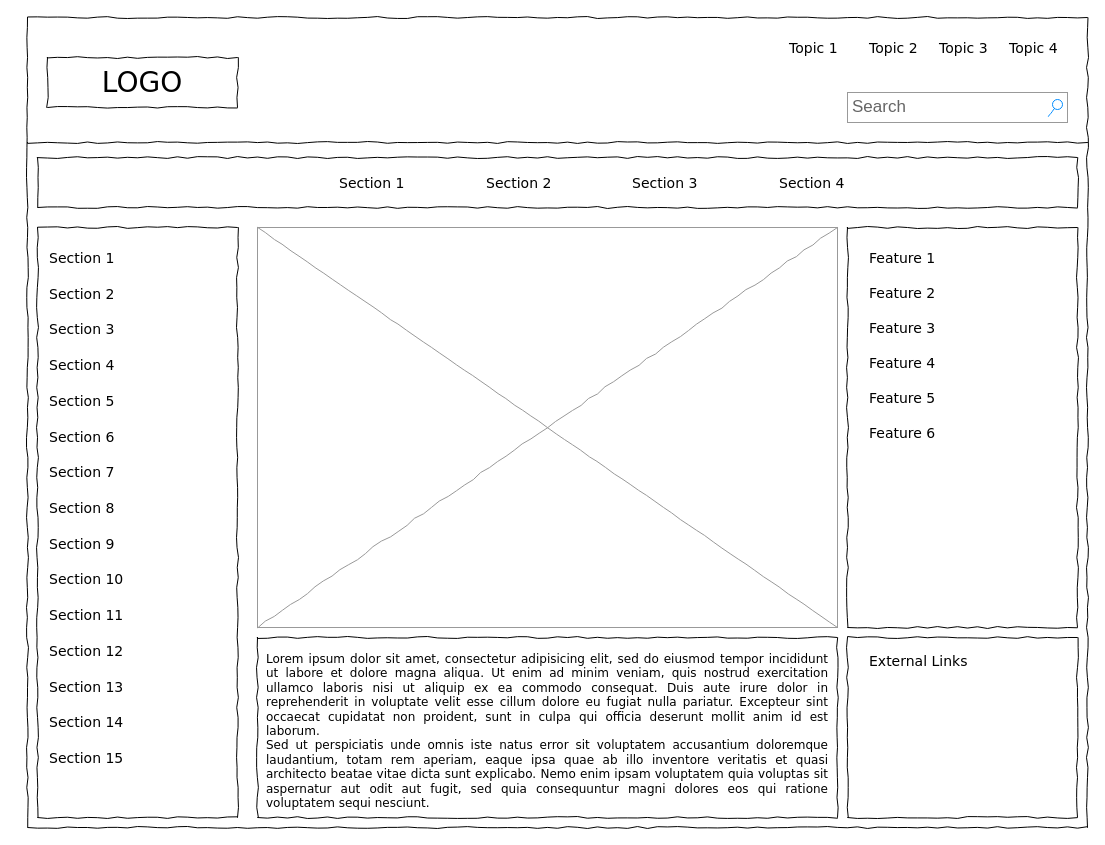
Above: DangNhap.drawio in NhomNhem/heartbeat.github.io (draw.io), before the change. Source tidied: cells renumbered, new cells numbered last; positions are measured from the earlier drawing's top-left corner, leaving out a move shared by most shapes. Both pictures are drawn from the tidied source at 100%, with x=0, y=0 at pixel (27, 17).
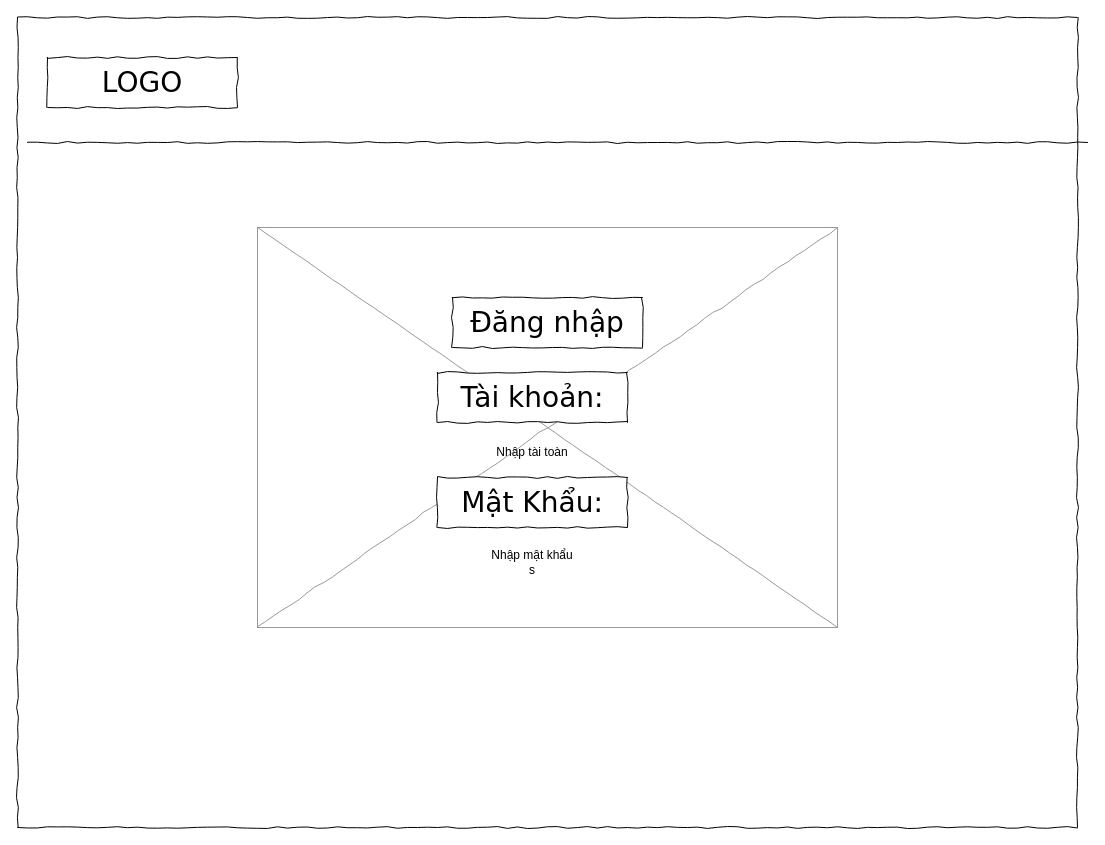
The same page after the edit.

What changed in the source:
```diff
@@
     <mxCell id="2" style="whiteSpace=wrap;html=1;rounded=0;shadow=0;labelBackgroundColor=none;strokeColor=#000000;strokeWidth=1;fillColor=none;fontFamily=Verdana;fontSize=12;fontColor=#000000;align=center;comic=1;" parent="1" vertex="1">
-      <mxGeometry width="1060" height="810" as="geometry" />
+      <mxGeometry x="-10" width="1060" height="810" as="geometry" />
     </mxCell>
@@
-    <mxCell id="4" value="Search" style="strokeWidth=1;shadow=0;dashed=0;align=center;html=1;shape=mxgraph.mockup.forms.searchBox;strokeColor=#999999;mainText=;strokeColor2=#008cff;fontColor=#666666;fontSize=17;align=left;spacingLeft=3;rounded=0;labelBackgroundColor=none;comic=1;" parent="1" vertex="1">
-      <mxGeometry x="820" y="75" width="220" height="30" as="geometry" />
-    </mxCell>
-    <mxCell id="5" value="Topic 1" style="text;html=1;align=left;verticalAlign=top;spacingTop=-4;fontSize=14;fontFamily=Verdana;" parent="1" vertex="1">
-      <mxGeometry x="760" y="20" width="60" height="20" as="geometry" />
-    </mxCell>
-    <mxCell id="6" value="Topic 2" style="text;html=1;align=left;verticalAlign=top;spacingTop=-4;fontSize=14;fontFamily=Verdana;" parent="1" vertex="1">
-      <mxGeometry x="840" y="20" width="60" height="20" as="geometry" />
-    </mxCell>
-    <mxCell id="7" value="Topic 3" style="text;html=1;align=left;verticalAlign=top;spacingTop=-4;fontSize=14;fontFamily=Verdana;" parent="1" vertex="1">
-      <mxGeometry x="910" y="20" width="60" height="20" as="geometry" />
-    </mxCell>
-    <mxCell id="8" value="Topic 4" style="text;html=1;align=left;verticalAlign=top;spacingTop=-4;fontSize=14;fontFamily=Verdana;" parent="1" vertex="1">
-      <mxGeometry x="980" y="20" width="60" height="20" as="geometry" />
-    </mxCell>
-    <mxCell id="9" style="whiteSpace=wrap;html=1;rounded=0;shadow=0;labelBackgroundColor=none;strokeWidth=1;fillColor=none;fontFamily=Verdana;fontSize=12;align=center;comic=1;" parent="1" vertex="1">
-      <mxGeometry x="10" y="210" width="200" height="590" as="geometry" />
-    </mxCell>
@@
-    <mxCell id="11" style="whiteSpace=wrap;html=1;rounded=0;shadow=0;labelBackgroundColor=none;strokeWidth=1;fillColor=none;fontFamily=Verdana;fontSize=12;align=center;comic=1;" parent="1" vertex="1">
-      <mxGeometry x="10" y="140" width="1040" height="50" as="geometry" />
-    </mxCell>
-    <mxCell id="12" value="Section 1" style="text;html=1;align=left;verticalAlign=top;spacingTop=-4;fontSize=14;fontFamily=Verdana;" parent="1" vertex="1">
-      <mxGeometry x="310" y="155" width="60" height="20" as="geometry" />
-    </mxCell>
-    <mxCell id="13" value="Section 2" style="text;html=1;align=left;verticalAlign=top;spacingTop=-4;fontSize=14;fontFamily=Verdana;" parent="1" vertex="1">
-      <mxGeometry x="457" y="155" width="60" height="20" as="geometry" />
-    </mxCell>
-    <mxCell id="14" value="Section 3" style="text;html=1;align=left;verticalAlign=top;spacingTop=-4;fontSize=14;fontFamily=Verdana;" parent="1" vertex="1">
-      <mxGeometry x="603" y="155" width="60" height="20" as="geometry" />
-    </mxCell>
-    <mxCell id="15" value="Section 4" style="text;html=1;align=left;verticalAlign=top;spacingTop=-4;fontSize=14;fontFamily=Verdana;" parent="1" vertex="1">
-      <mxGeometry x="750" y="155" width="60" height="20" as="geometry" />
-    </mxCell>
-    <mxCell id="16" value="&lt;div style=&quot;text-align: justify&quot;&gt;&lt;span&gt;Lorem ipsum dolor sit amet, consectetur adipisicing elit, sed do eiusmod tempor incididunt ut labore et dolore magna aliqua. Ut enim ad minim veniam, quis nostrud exercitation ullamco laboris nisi ut aliquip ex ea commodo consequat. Duis aute irure dolor in reprehenderit in voluptate velit esse cillum dolore eu fugiat nulla pariatur. Excepteur sint occaecat cupidatat non proident, sunt in culpa qui officia deserunt mollit anim id est laborum.&lt;/span&gt;&lt;/div&gt;&lt;div style=&quot;text-align: justify&quot;&gt;&lt;span&gt;Sed ut perspiciatis unde omnis iste natus error sit voluptatem accusantium doloremque laudantium, totam rem aperiam, eaque ipsa quae ab illo inventore veritatis et quasi architecto beatae vitae dicta sunt explicabo. Nemo enim ipsam voluptatem quia voluptas sit aspernatur aut odit aut fugit, sed quia consequuntur magni dolores eos qui ratione voluptatem sequi nesciunt.&amp;nbsp;&lt;/span&gt;&lt;/div&gt;" style="whiteSpace=wrap;html=1;rounded=0;shadow=0;labelBackgroundColor=none;strokeWidth=1;fillColor=none;fontFamily=Verdana;fontSize=12;align=center;verticalAlign=top;spacing=10;comic=1;" parent="1" vertex="1">
-      <mxGeometry x="230" y="620" width="580" height="180" as="geometry" />
-    </mxCell>
@@
-    <mxCell id="18" style="whiteSpace=wrap;html=1;rounded=0;shadow=0;labelBackgroundColor=none;strokeWidth=1;fillColor=none;fontFamily=Verdana;fontSize=12;align=center;comic=1;" parent="1" vertex="1">
-      <mxGeometry x="820" y="210" width="230" height="400" as="geometry" />
-    </mxCell>
-    <mxCell id="19" style="whiteSpace=wrap;html=1;rounded=0;shadow=0;labelBackgroundColor=none;strokeWidth=1;fillColor=none;fontFamily=Verdana;fontSize=12;align=center;comic=1;" parent="1" vertex="1">
-      <mxGeometry x="820" y="620" width="230" height="180" as="geometry" />
-    </mxCell>
-    <mxCell id="20" value="Section 1" style="text;html=1;align=left;verticalAlign=top;spacingTop=-4;fontSize=14;fontFamily=Verdana;" parent="1" vertex="1">
-      <mxGeometry x="20" y="230" width="170" height="20" as="geometry" />
-    </mxCell>
-    <mxCell id="21" value="Section 2" style="text;html=1;align=left;verticalAlign=top;spacingTop=-4;fontSize=14;fontFamily=Verdana;" parent="1" vertex="1">
-      <mxGeometry x="20" y="266" width="170" height="20" as="geometry" />
-    </mxCell>
-    <mxCell id="22" value="Section 3" style="text;html=1;align=left;verticalAlign=top;spacingTop=-4;fontSize=14;fontFamily=Verdana;" parent="1" vertex="1">
-      <mxGeometry x="20" y="301" width="170" height="20" as="geometry" />
-    </mxCell>
-    <mxCell id="23" value="Section 4" style="text;html=1;align=left;verticalAlign=top;spacingTop=-4;fontSize=14;fontFamily=Verdana;" parent="1" vertex="1">
-      <mxGeometry x="20" y="337" width="170" height="20" as="geometry" />
-    </mxCell>
-    <mxCell id="24" value="Section 7" style="text;html=1;align=left;verticalAlign=top;spacingTop=-4;fontSize=14;fontFamily=Verdana;" parent="1" vertex="1">
-      <mxGeometry x="20" y="444" width="170" height="20" as="geometry" />
-    </mxCell>
-    <mxCell id="25" value="Section 8" style="text;html=1;align=left;verticalAlign=top;spacingTop=-4;fontSize=14;fontFamily=Verdana;" parent="1" vertex="1">
-      <mxGeometry x="20" y="480" width="170" height="20" as="geometry" />
-    </mxCell>
-    <mxCell id="26" value="Section 9" style="text;html=1;align=left;verticalAlign=top;spacingTop=-4;fontSize=14;fontFamily=Verdana;" parent="1" vertex="1">
-      <mxGeometry x="20" y="516" width="170" height="20" as="geometry" />
-    </mxCell>
-    <mxCell id="27" value="Section 10" style="text;html=1;align=left;verticalAlign=top;spacingTop=-4;fontSize=14;fontFamily=Verdana;" parent="1" vertex="1">
-      <mxGeometry x="20" y="551" width="170" height="20" as="geometry" />
-    </mxCell>
-    <mxCell id="28" value="Section 11" style="text;html=1;align=left;verticalAlign=top;spacingTop=-4;fontSize=14;fontFamily=Verdana;" parent="1" vertex="1">
-      <mxGeometry x="20" y="587" width="170" height="20" as="geometry" />
-    </mxCell>
-    <mxCell id="29" value="Section 12" style="text;html=1;align=left;verticalAlign=top;spacingTop=-4;fontSize=14;fontFamily=Verdana;" parent="1" vertex="1">
-      <mxGeometry x="20" y="623" width="170" height="20" as="geometry" />
-    </mxCell>
-    <mxCell id="30" value="Section 13" style="text;html=1;align=left;verticalAlign=top;spacingTop=-4;fontSize=14;fontFamily=Verdana;" parent="1" vertex="1">
-      <mxGeometry x="20" y="659" width="170" height="20" as="geometry" />
-    </mxCell>
-    <mxCell id="31" value="Section 14" style="text;html=1;align=left;verticalAlign=top;spacingTop=-4;fontSize=14;fontFamily=Verdana;" parent="1" vertex="1">
-      <mxGeometry x="20" y="694" width="170" height="20" as="geometry" />
-    </mxCell>
-    <mxCell id="32" value="Section 5" style="text;html=1;align=left;verticalAlign=top;spacingTop=-4;fontSize=14;fontFamily=Verdana;" parent="1" vertex="1">
-      <mxGeometry x="20" y="373" width="170" height="20" as="geometry" />
-    </mxCell>
-    <mxCell id="33" value="Section 6" style="text;html=1;align=left;verticalAlign=top;spacingTop=-4;fontSize=14;fontFamily=Verdana;" parent="1" vertex="1">
-      <mxGeometry x="20" y="409" width="170" height="20" as="geometry" />
-    </mxCell>
-    <mxCell id="34" value="Section 15" style="text;html=1;align=left;verticalAlign=top;spacingTop=-4;fontSize=14;fontFamily=Verdana;" parent="1" vertex="1">
-      <mxGeometry x="20" y="730" width="170" height="20" as="geometry" />
-    </mxCell>
-    <mxCell id="35" value="External Links" style="text;html=1;align=left;verticalAlign=top;spacingTop=-4;fontSize=14;fontFamily=Verdana;" parent="1" vertex="1">
+    <mxCell id="35" style="text;html=1;align=left;verticalAlign=top;spacingTop=-4;fontSize=14;fontFamily=Verdana;" parent="1" vertex="1">
       <mxGeometry x="840" y="633" width="170" height="20" as="geometry" />
     </mxCell>
-    <mxCell id="36" value="Feature 1" style="text;html=1;align=left;verticalAlign=top;spacingTop=-4;fontSize=14;fontFamily=Verdana;" parent="1" vertex="1">
-      <mxGeometry x="840" y="230" width="170" height="20" as="geometry" />
-    </mxCell>
-    <mxCell id="37" value="Feature 2" style="text;html=1;align=left;verticalAlign=top;spacingTop=-4;fontSize=14;fontFamily=Verdana;" parent="1" vertex="1">
-      <mxGeometry x="840" y="265" width="170" height="20" as="geometry" />
-    </mxCell>
-    <mxCell id="38" value="Feature 3" style="text;html=1;align=left;verticalAlign=top;spacingTop=-4;fontSize=14;fontFamily=Verdana;" parent="1" vertex="1">
-      <mxGeometry x="840" y="300" width="170" height="20" as="geometry" />
-    </mxCell>
-    <mxCell id="39" value="Feature 4" style="text;html=1;align=left;verticalAlign=top;spacingTop=-4;fontSize=14;fontFamily=Verdana;" parent="1" vertex="1">
+    <mxCell id="39" style="text;html=1;align=left;verticalAlign=top;spacingTop=-4;fontSize=14;fontFamily=Verdana;" parent="1" vertex="1">
       <mxGeometry x="840" y="335" width="170" height="20" as="geometry" />
     </mxCell>
-    <mxCell id="40" value="Feature 5" style="text;html=1;align=left;verticalAlign=top;spacingTop=-4;fontSize=14;fontFamily=Verdana;" parent="1" vertex="1">
+    <mxCell id="40" style="text;html=1;align=left;verticalAlign=top;spacingTop=-4;fontSize=14;fontFamily=Verdana;" parent="1" vertex="1">
       <mxGeometry x="840" y="370" width="170" height="20" as="geometry" />
     </mxCell>
-    <mxCell id="41" value="Feature 6" style="text;html=1;align=left;verticalAlign=top;spacingTop=-4;fontSize=14;fontFamily=Verdana;" parent="1" vertex="1">
-      <mxGeometry x="840" y="405" width="170" height="20" as="geometry" />
-    </mxCell>
+    <mxCell id="42" value="Đăng nhập&lt;br&gt;" style="whiteSpace=wrap;html=1;rounded=0;shadow=0;labelBackgroundColor=none;strokeWidth=1;fontFamily=Verdana;fontSize=28;align=center;comic=1;" parent="1" vertex="1">
+      <mxGeometry x="425" y="280" width="190" height="50" as="geometry" />
+    </mxCell>
+    <mxCell id="43" value="Tài khoản:" style="whiteSpace=wrap;html=1;rounded=0;shadow=0;labelBackgroundColor=none;strokeWidth=1;fontFamily=Verdana;fontSize=28;align=center;comic=1;" parent="1" vertex="1">
+      <mxGeometry x="410" y="355" width="190" height="50" as="geometry" />
+    </mxCell>
+    <mxCell id="44" value="Nhập tài toàn" style="text;html=1;strokeColor=none;fillColor=none;align=center;verticalAlign=middle;whiteSpace=wrap;rounded=0;" parent="1" vertex="1">
+      <mxGeometry x="430" y="420" width="150" height="30" as="geometry" />
+    </mxCell>
+    <mxCell id="45" value="Mật Khẩu:" style="whiteSpace=wrap;html=1;rounded=0;shadow=0;labelBackgroundColor=none;strokeWidth=1;fontFamily=Verdana;fontSize=28;align=center;comic=1;" parent="1" vertex="1">
+      <mxGeometry x="410" y="460" width="190" height="50" as="geometry" />
+    </mxCell>
+    <mxCell id="46" value="Nhập mật khẩu&lt;br&gt;s" style="text;html=1;strokeColor=none;fillColor=none;align=center;verticalAlign=middle;whiteSpace=wrap;rounded=0;" parent="1" vertex="1">
+      <mxGeometry x="430" y="530" width="150" height="30" as="geometry" />
+    </mxCell>
```
